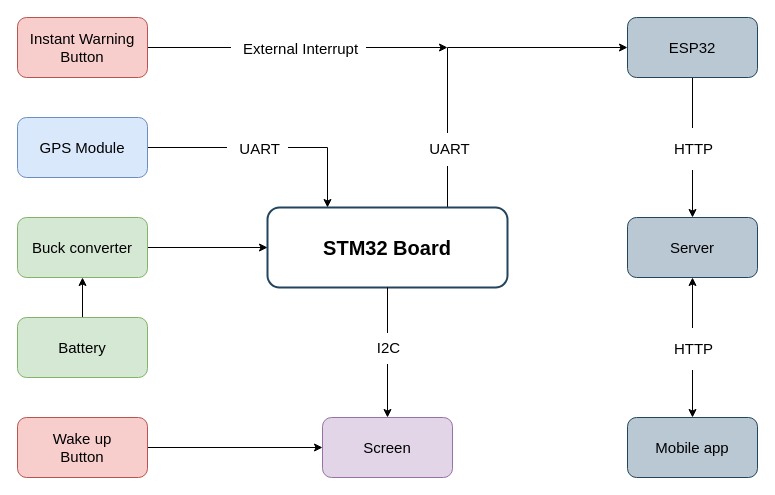
Above: GPS-device-block-diagram.drawio in lukas0173/Draw.io (draw.io), before the change. Source tidied: cells renumbered, new cells numbered last; positions are measured from the earlier drawing's top-left corner, leaving out a move shared by most shapes. Both pictures are drawn from the tidied source at 100%, with x=0, y=0 at pixel (17, 17).
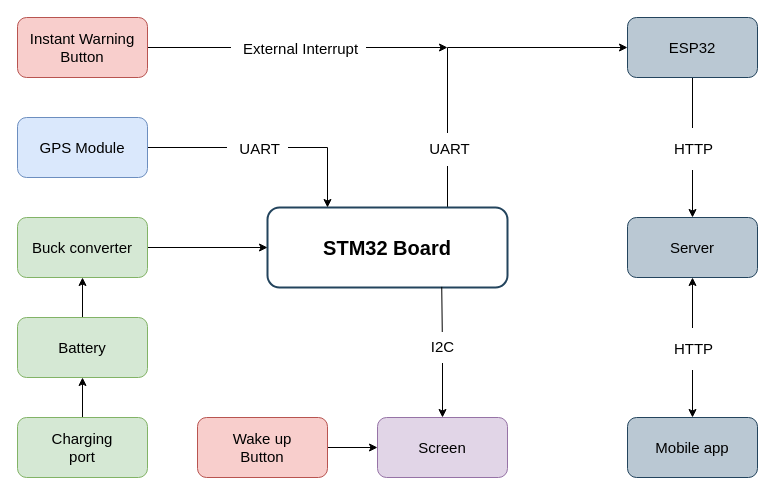
After the change.

Unchanged cells that the change refers to:
```xml
<mxCell id="4" value="&lt;font style=&quot;font-size: 20px;&quot;&gt;&lt;b&gt;STM32 Board&lt;/b&gt;&lt;br&gt;&lt;/font&gt;" style="rounded=1;whiteSpace=wrap;html=1;strokeWidth=2;fillColor=none;strokeColor=#23445d;" parent="1" vertex="1">
  <mxGeometry x="250" y="190" width="240" height="80" as="geometry" />
</mxCell>
<mxCell id="11" value="&lt;div&gt;Battery&lt;/div&gt;" style="rounded=1;whiteSpace=wrap;html=1;fontSize=15;fillColor=#d5e8d4;strokeColor=#82b366;" parent="1" vertex="1">
  <mxGeometry y="300" width="130" height="60" as="geometry" />
</mxCell>
```

The edit, as a diff of the source:
```diff
@@
     <mxCell id="23" value="&lt;div&gt;Wake up&lt;/div&gt;&lt;div&gt;Button&lt;/div&gt;" style="rounded=1;whiteSpace=wrap;html=1;fontSize=15;fillColor=#f8cecc;strokeColor=#b85450;" parent="1" vertex="1">
-      <mxGeometry y="400" width="130" height="60" as="geometry" />
+      <mxGeometry x="180" y="400" width="130" height="60" as="geometry" />
     </mxCell>
-    <mxCell id="24" style="edgeStyle=orthogonalEdgeStyle;rounded=0;jettySize=auto;html=1;entryX=0.5;entryY=1;entryDx=0;entryDy=0;endArrow=none;endFill=0;startArrow=classic;startFill=1;" parent="1" edge="1" source="26" target="4">
+    <mxCell id="24" style="edgeStyle=orthogonalEdgeStyle;rounded=0;jettySize=auto;html=1;entryX=0.726;entryY=0.992;entryDx=0;entryDy=0;endArrow=none;endFill=0;startArrow=classic;startFill=1;entryPerimeter=0;" parent="1" edge="1" source="26" target="4">
       <mxGeometry relative="1" as="geometry" />
     </mxCell>
@@
     <mxCell id="26" value="Screen" style="rounded=1;whiteSpace=wrap;html=1;fontSize=15;fillColor=#e1d5e7;strokeColor=#9673a6;" parent="1" vertex="1">
-      <mxGeometry x="305" y="400" width="130" height="60" as="geometry" />
+      <mxGeometry x="360" y="400" width="130" height="60" as="geometry" />
     </mxCell>
+    <mxCell id="27" style="edgeStyle=orthogonalEdgeStyle;rounded=0;jettySize=auto;html=1;" parent="1" edge="1" source="28" target="11">
+      <mxGeometry relative="1" as="geometry" />
+    </mxCell>
+    <mxCell id="28" value="&lt;div&gt;Charging&lt;/div&gt;&lt;div&gt;port&lt;br&gt;&lt;/div&gt;" style="rounded=1;whiteSpace=wrap;html=1;fontSize=15;fillColor=#d5e8d4;strokeColor=#82b366;" parent="1" vertex="1">
+      <mxGeometry y="400" width="130" height="60" as="geometry" />
+    </mxCell>
```
